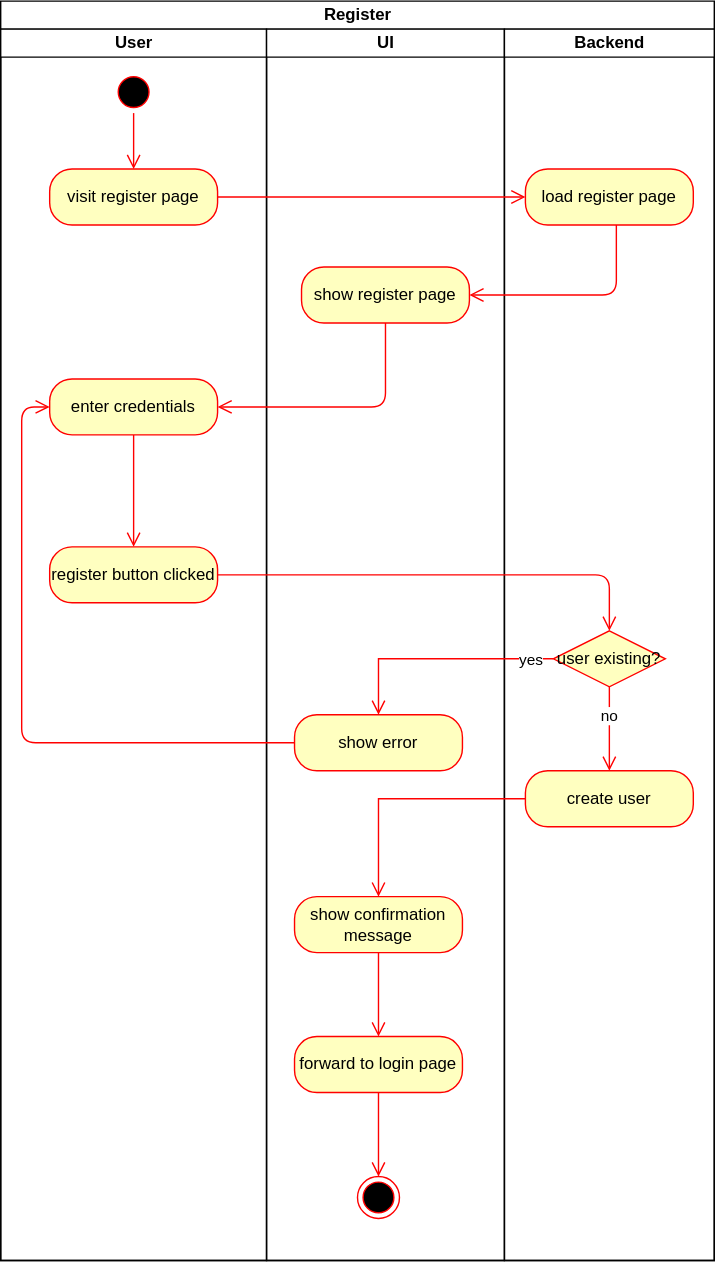
Earlier version of the draw.io export docs/use-cases/activity-diagrams/register-activity.svg (13TRIS/13TRIS). Source tidied: cells renumbered, new cells last; positions are measured from the earlier drawing's top-left corner, leaving out a move shared by most shapes.
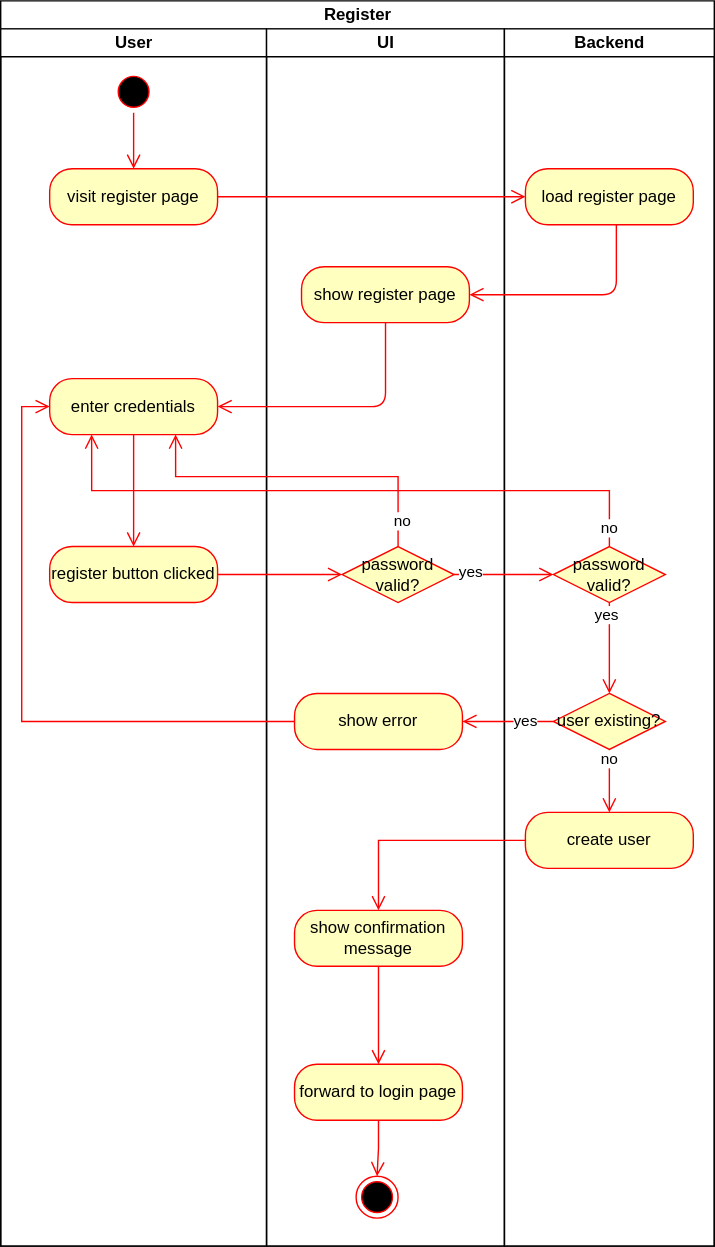
Above is the later version.

Commit message:
docs: added password validation for register activity diagram

The edit, as a diff of the source:
```diff
@@ -3,10 +3,10 @@
     <mxCell id="0" />
     <mxCell id="1" parent="0" />
     <mxCell id="2" value="Register" style="swimlane;html=1;startSize=20;" parent="1" vertex="1">
-      <mxGeometry width="510" height="900" as="geometry" />
+      <mxGeometry width="510" height="890" as="geometry" />
     </mxCell>
     <mxCell id="3" value="User" style="swimlane;html=1;startSize=20;" parent="2" vertex="1">
-      <mxGeometry y="20" width="190" height="880" as="geometry" />
+      <mxGeometry y="20" width="190" height="870" as="geometry" />
     </mxCell>
     <mxCell id="4" value="visit register page" style="rounded=1;whiteSpace=wrap;html=1;arcSize=40;fontColor=#000000;fillColor=#ffffc0;strokeColor=#ff0000;" parent="3" vertex="1">
       <mxGeometry x="35" y="100" width="120" height="40" as="geometry" />
@@ -27,49 +27,59 @@
       <mxGeometry x="35" y="370" width="120" height="40" as="geometry" />
     </mxCell>
     <mxCell id="10" value="UI" style="swimlane;html=1;startSize=20;" parent="2" vertex="1">
-      <mxGeometry x="190" y="20" width="170" height="880" as="geometry" />
+      <mxGeometry x="190" y="20" width="170" height="870" as="geometry" />
     </mxCell>
     <mxCell id="11" value="show register page" style="rounded=1;whiteSpace=wrap;html=1;arcSize=40;fontColor=#000000;fillColor=#ffffc0;strokeColor=#ff0000;" parent="10" vertex="1">
       <mxGeometry x="25" y="170" width="120" height="40" as="geometry" />
     </mxCell>
     <mxCell id="12" value="show error" style="rounded=1;whiteSpace=wrap;html=1;arcSize=40;fontColor=#000000;fillColor=#ffffc0;strokeColor=#ff0000;" parent="10" vertex="1">
-      <mxGeometry x="20" y="490" width="120" height="40" as="geometry" />
+      <mxGeometry x="20" y="475" width="120" height="40" as="geometry" />
     </mxCell>
+    <mxCell id="32" style="edgeStyle=orthogonalEdgeStyle;rounded=0;jettySize=auto;html=1;entryX=0.5;entryY=0;entryDx=0;entryDy=0;endArrow=open;endSize=8;strokeColor=#ff0000;verticalAlign=bottom;" parent="10" edge="1" source="13" target="15">
+      <mxGeometry relative="1" as="geometry" />
+    </mxCell>
     <mxCell id="13" value="show confirmation message" style="rounded=1;whiteSpace=wrap;html=1;arcSize=40;fontColor=#000000;fillColor=#ffffc0;strokeColor=#ff0000;" parent="10" vertex="1">
-      <mxGeometry x="20" y="620" width="120" height="40" as="geometry" />
+      <mxGeometry x="20" y="630" width="120" height="40" as="geometry" />
     </mxCell>
-    <mxCell id="14" style="edgeStyle=orthogonalEdgeStyle;html=1;verticalAlign=bottom;endArrow=open;endSize=8;strokeColor=#ff0000;rounded=0;" parent="10" edge="1" source="13">
-      <mxGeometry relative="1" as="geometry">
-        <mxPoint x="80" y="720" as="targetPoint" />
-      </mxGeometry>
-    </mxCell>
+    <mxCell id="17" style="edgeStyle=orthogonalEdgeStyle;rounded=0;jettySize=auto;html=1;entryX=0.5;entryY=0;entryDx=0;entryDy=0;endArrow=open;endSize=8;strokeColor=#ff0000;verticalAlign=bottom;" parent="10" edge="1" source="15" target="16">
+      <mxGeometry relative="1" as="geometry" />
+    </mxCell>
     <mxCell id="15" value="forward to login page" style="rounded=1;whiteSpace=wrap;html=1;arcSize=40;fontColor=#000000;fillColor=#ffffc0;strokeColor=#ff0000;" parent="10" vertex="1">
-      <mxGeometry x="20" y="720" width="120" height="40" as="geometry" />
+      <mxGeometry x="20" y="740" width="120" height="40" as="geometry" />
     </mxCell>
     <mxCell id="16" style="ellipse;html=1;shape=endState;fillColor=#000000;strokeColor=#ff0000;" parent="10" vertex="1">
-      <mxGeometry x="65" y="820" width="30" height="30" as="geometry" />
+      <mxGeometry x="64" y="820" width="30" height="30" as="geometry" />
     </mxCell>
-    <mxCell id="17" style="edgeStyle=orthogonalEdgeStyle;jettySize=auto;html=1;entryX=0.5;entryY=0;entryDx=0;entryDy=0;endArrow=open;endSize=8;strokeColor=#ff0000;align=left;verticalAlign=top;" parent="10" edge="1" source="15" target="16">
-      <mxGeometry relative="1" as="geometry" />
-    </mxCell>
+    <mxCell id="33" value="password valid?" style="rhombus;whiteSpace=wrap;html=1;fillColor=#ffffc0;strokeColor=#ff0000;" parent="10" vertex="1">
+      <mxGeometry x="54" y="370" width="80" height="40" as="geometry" />
+    </mxCell>
     <mxCell id="18" value="Backend" style="swimlane;html=1;startSize=20;" parent="2" vertex="1">
-      <mxGeometry x="360" y="20" width="150" height="880" as="geometry" />
+      <mxGeometry x="360" y="20" width="150" height="870" as="geometry" />
     </mxCell>
     <mxCell id="19" value="load register page" style="rounded=1;whiteSpace=wrap;html=1;arcSize=40;fontColor=#000000;fillColor=#ffffc0;strokeColor=#ff0000;" parent="18" vertex="1">
       <mxGeometry x="15" y="100" width="120" height="40" as="geometry" />
     </mxCell>
-    <mxCell id="20" style="edgeStyle=orthogonalEdgeStyle;rounded=0;jettySize=auto;html=1;entryX=0.5;entryY=0;entryDx=0;entryDy=0;verticalAlign=bottom;strokeColor=#ff0000;endArrow=open;endSize=8;" parent="18" edge="1" source="22" target="23">
+    <mxCell id="20" style="edgeStyle=orthogonalEdgeStyle;rounded=0;jettySize=auto;html=1;entryX=0.5;entryY=0;entryDx=0;entryDy=0;endArrow=open;endSize=8;strokeColor=#ff0000;verticalAlign=bottom;" parent="18" edge="1" source="22" target="23">
       <mxGeometry relative="1" as="geometry" />
     </mxCell>
-    <mxCell id="21" value="no" style="edgeLabel;html=1;align=center;verticalAlign=middle;" parent="20" vertex="1">
-      <mxGeometry x="-0.31" relative="1" as="geometry" />
-    </mxCell>
+    <mxCell id="34" value="no" style="edgeLabel;html=1;align=center;verticalAlign=middle;" parent="20" vertex="1">
+      <mxGeometry x="-0.71" relative="1" as="geometry" />
+    </mxCell>
     <mxCell id="22" value="user existing?" style="rhombus;whiteSpace=wrap;html=1;fillColor=#ffffc0;strokeColor=#ff0000;" parent="18" vertex="1">
-      <mxGeometry x="35" y="430" width="80" height="40" as="geometry" />
+      <mxGeometry x="35" y="475" width="80" height="40" as="geometry" />
     </mxCell>
     <mxCell id="23" value="create user" style="rounded=1;whiteSpace=wrap;html=1;arcSize=40;fontColor=#000000;fillColor=#ffffc0;strokeColor=#ff0000;" parent="18" vertex="1">
-      <mxGeometry x="15" y="530" width="120" height="40" as="geometry" />
+      <mxGeometry x="15" y="560" width="120" height="40" as="geometry" />
     </mxCell>
+    <mxCell id="35" style="edgeStyle=orthogonalEdgeStyle;rounded=0;jettySize=auto;html=1;entryX=0.5;entryY=0;entryDx=0;entryDy=0;endArrow=open;endSize=8;strokeColor=#ff0000;verticalAlign=bottom;" parent="18" edge="1" source="37" target="22">
+      <mxGeometry relative="1" as="geometry" />
+    </mxCell>
+    <mxCell id="36" value="yes" style="edgeLabel;html=1;align=center;verticalAlign=middle;" parent="35" vertex="1">
+      <mxGeometry x="-0.74" y="-2" relative="1" as="geometry" />
+    </mxCell>
+    <mxCell id="37" value="password valid?" style="rhombus;whiteSpace=wrap;html=1;fillColor=#ffffc0;strokeColor=#ff0000;" parent="18" vertex="1">
+      <mxGeometry x="35" y="370" width="80" height="40" as="geometry" />
+    </mxCell>
     <mxCell id="24" style="edgeStyle=orthogonalEdgeStyle;html=1;verticalAlign=bottom;endArrow=open;endSize=8;strokeColor=#ff0000;entryX=1;entryY=0.5;entryDx=0;entryDy=0;" parent="2" edge="1" source="19" target="11">
       <mxGeometry relative="1" as="geometry">
         <Array as="points">
@@ -87,25 +97,50 @@
         </Array>
       </mxGeometry>
     </mxCell>
-    <mxCell id="27" style="edgeStyle=orthogonalEdgeStyle;rounded=1;jettySize=auto;html=1;align=left;verticalAlign=top;strokeColor=#ff0000;endArrow=open;endSize=8;entryX=0.5;entryY=0;entryDx=0;entryDy=0;" parent="2" edge="1" source="9" target="22">
-      <mxGeometry relative="1" as="geometry" />
-    </mxCell>
+    <mxCell id="38" style="edgeStyle=orthogonalEdgeStyle;rounded=0;jettySize=auto;html=1;entryX=0;entryY=0.5;entryDx=0;entryDy=0;endArrow=open;endSize=8;strokeColor=#ff0000;verticalAlign=bottom;" parent="2" edge="1" source="9" target="33">
+      <mxGeometry relative="1" as="geometry" />
+    </mxCell>
+    <mxCell id="39" style="edgeStyle=orthogonalEdgeStyle;rounded=0;jettySize=auto;html=1;entryX=0.75;entryY=1;entryDx=0;entryDy=0;endArrow=open;endSize=8;strokeColor=#ff0000;verticalAlign=bottom;" parent="2" edge="1" source="33" target="8">
+      <mxGeometry relative="1" as="geometry">
+        <Array as="points">
+          <mxPoint x="284" y="340" />
+          <mxPoint x="125" y="340" />
+        </Array>
+      </mxGeometry>
+    </mxCell>
+    <mxCell id="40" value="no" style="edgeLabel;html=1;align=center;verticalAlign=middle;" parent="39" vertex="1">
+      <mxGeometry x="-0.85" y="-3" relative="1" as="geometry" />
+    </mxCell>
+    <mxCell id="41" style="edgeStyle=orthogonalEdgeStyle;rounded=0;jettySize=auto;html=1;entryX=0;entryY=0.5;entryDx=0;entryDy=0;endArrow=open;endSize=8;strokeColor=#ff0000;verticalAlign=bottom;" parent="2" edge="1" source="33" target="37">
+      <mxGeometry relative="1" as="geometry" />
+    </mxCell>
+    <mxCell id="42" value="yes" style="edgeLabel;html=1;align=center;verticalAlign=middle;" parent="41" vertex="1">
+      <mxGeometry x="-0.67" y="2" relative="1" as="geometry" />
+    </mxCell>
+    <mxCell id="43" style="edgeStyle=orthogonalEdgeStyle;rounded=0;jettySize=auto;html=1;endArrow=open;endSize=8;strokeColor=#ff0000;verticalAlign=bottom;entryX=0.25;entryY=1;entryDx=0;entryDy=0;" parent="2" edge="1" source="37" target="8">
+      <mxGeometry relative="1" as="geometry">
+        <Array as="points">
+          <mxPoint x="435" y="350" />
+          <mxPoint x="65" y="350" />
+        </Array>
+      </mxGeometry>
+    </mxCell>
+    <mxCell id="44" value="no" style="edgeLabel;html=1;align=center;verticalAlign=middle;" parent="43" vertex="1">
+      <mxGeometry x="-0.94" relative="1" as="geometry" />
+    </mxCell>
+    <mxCell id="30" style="edgeStyle=orthogonalEdgeStyle;rounded=0;jettySize=auto;html=1;entryX=1;entryY=0.5;entryDx=0;entryDy=0;endArrow=open;endSize=8;strokeColor=#ff0000;verticalAlign=bottom;" parent="2" edge="1" source="22" target="12">
+      <mxGeometry relative="1" as="geometry" />
+    </mxCell>
+    <mxCell id="45" value="yes" style="edgeLabel;html=1;align=center;verticalAlign=middle;" parent="30" vertex="1">
+      <mxGeometry x="-0.78" y="1" relative="1" as="geometry">
+        <mxPoint x="-13" y="-1" as="offset" />
+      </mxGeometry>
+    </mxCell>
-    <mxCell id="28" style="edgeStyle=orthogonalEdgeStyle;jettySize=auto;html=1;entryX=0;entryY=0.5;entryDx=0;entryDy=0;endArrow=open;endSize=8;strokeColor=#ff0000;align=left;verticalAlign=top;" parent="2" edge="1" source="12" target="8">
-      <mxGeometry relative="1" as="geometry">
-        <Array as="points">
-          <mxPoint x="15" y="530" />
-          <mxPoint x="15" y="290" />
-        </Array>
-      </mxGeometry>
+    <mxCell id="28" style="edgeStyle=orthogonalEdgeStyle;rounded=0;jettySize=auto;html=1;entryX=0;entryY=0.5;entryDx=0;entryDy=0;endArrow=open;endSize=8;strokeColor=#ff0000;verticalAlign=bottom;" parent="2" edge="1" source="12" target="8">
+      <mxGeometry relative="1" as="geometry" />
     </mxCell>
-    <mxCell id="29" style="edgeStyle=orthogonalEdgeStyle;html=1;verticalAlign=bottom;endArrow=open;endSize=8;strokeColor=#ff0000;rounded=0;entryX=0.5;entryY=0;entryDx=0;entryDy=0;" parent="2" edge="1" source="23" target="13">
+    <mxCell id="29" style="edgeStyle=orthogonalEdgeStyle;rounded=0;jettySize=auto;html=1;entryX=0.5;entryY=0;entryDx=0;entryDy=0;endArrow=open;endSize=8;strokeColor=#ff0000;verticalAlign=bottom;" parent="2" edge="1" source="23" target="13">
       <mxGeometry relative="1" as="geometry" />
     </mxCell>
-    <mxCell id="30" style="edgeStyle=orthogonalEdgeStyle;rounded=0;jettySize=auto;html=1;entryX=0.5;entryY=0;entryDx=0;entryDy=0;endArrow=open;endSize=8;strokeColor=#ff0000;verticalAlign=bottom;" parent="2" edge="1" source="22" target="12">
-      <mxGeometry relative="1" as="geometry" />
-    </mxCell>
-    <mxCell id="31" value="yes" style="edgeLabel;html=1;align=center;verticalAlign=middle;" parent="30" vertex="1">
-      <mxGeometry x="-0.8" y="1" relative="1" as="geometry" />
-    </mxCell>
   </root>
 </mxGraphModel>
```
